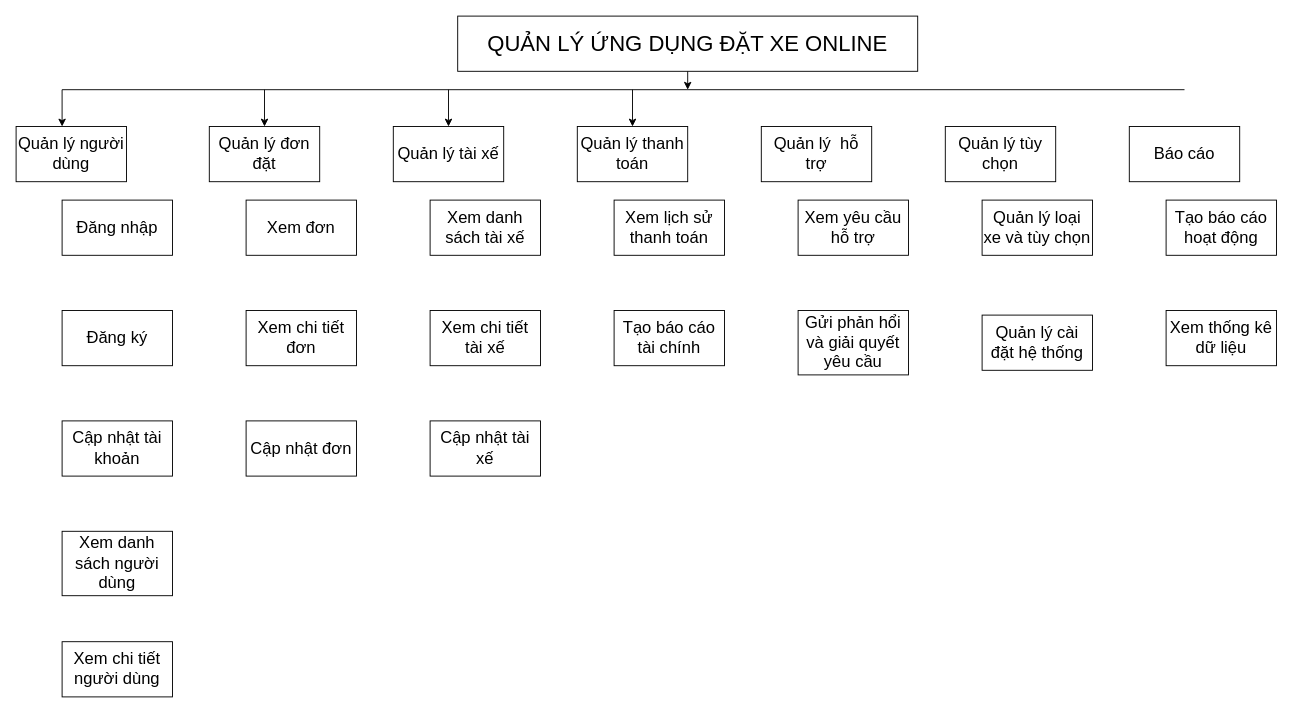
tinhxpear/software_specification keeps this draw.io diagram as Untitled Diagram.drawio. Above is the earlier version. Source tidied: cells renumbered, new cells numbered last; positions are measured from the earlier drawing's top-left corner, leaving out a move shared by most shapes. Both pictures are drawn from the tidied source at 92%, with x=0, y=0 at pixel (16, 16).
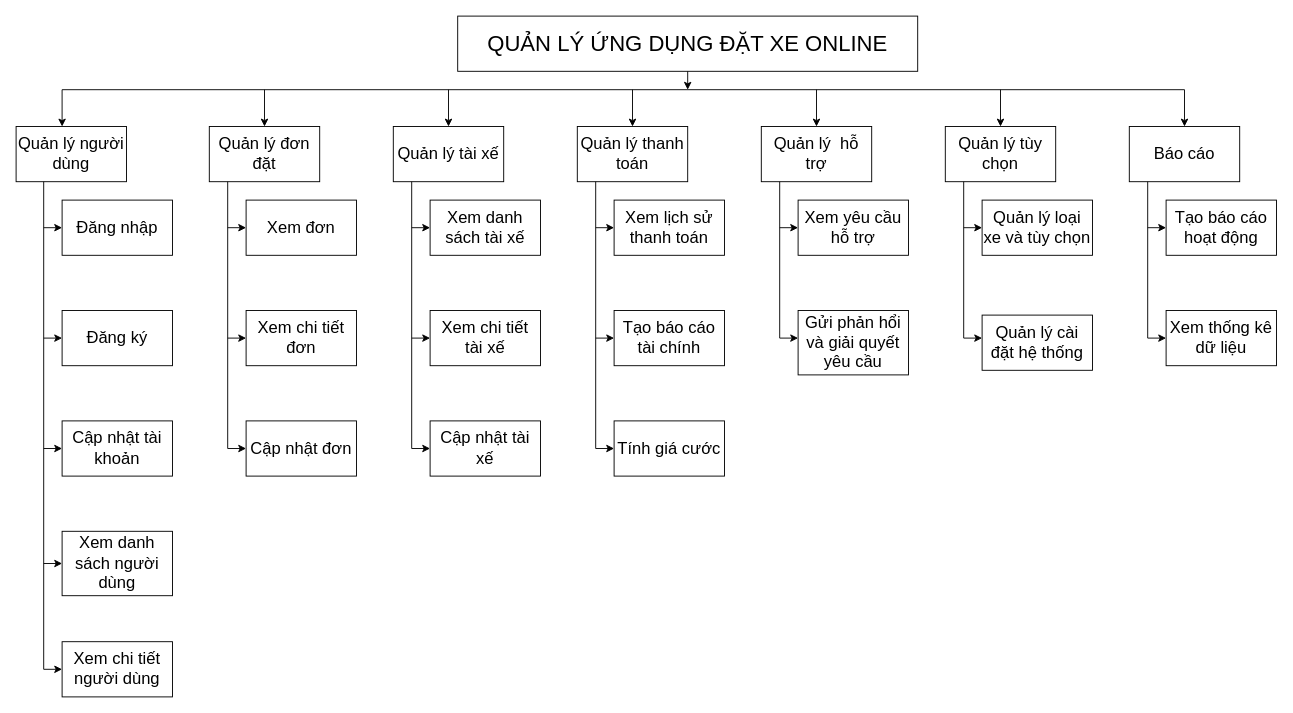
Above is the later version.

Unchanged cells that the change refers to:
```xml
<mxCell id="3" value="&lt;font style=&quot;font-size: 18px;&quot;&gt;Quản lý người dùng&lt;/font&gt;" style="rounded=0;whiteSpace=wrap;html=1;" parent="1" vertex="1">
  <mxGeometry y="120" width="120" height="60" as="geometry" />
</mxCell>
<mxCell id="7" value="&lt;font style=&quot;font-size: 18px;&quot;&gt;Quản lý&amp;nbsp; hỗ trợ&lt;/font&gt;" style="rounded=0;whiteSpace=wrap;html=1;" parent="1" vertex="1">
  <mxGeometry x="810" y="120" width="120" height="60" as="geometry" />
</mxCell>
<mxCell id="8" value="&lt;font style=&quot;font-size: 18px;&quot;&gt;Quản lý tùy chọn&lt;/font&gt;" style="rounded=0;whiteSpace=wrap;html=1;" parent="1" vertex="1">
  <mxGeometry x="1010" y="120" width="120" height="60" as="geometry" />
</mxCell>
<mxCell id="9" value="&lt;font style=&quot;font-size: 18px;&quot;&gt;Báo cáo&lt;/font&gt;" style="rounded=0;whiteSpace=wrap;html=1;" parent="1" vertex="1">
  <mxGeometry x="1210" y="120" width="120" height="60" as="geometry" />
</mxCell>
<mxCell id="10" value="&lt;span style=&quot;font-size: 18px;&quot;&gt;Đăng nhập&lt;/span&gt;" style="rounded=0;whiteSpace=wrap;html=1;" parent="1" vertex="1">
  <mxGeometry x="50" y="200" width="120" height="60" as="geometry" />
</mxCell>
<mxCell id="15" value="&lt;font style=&quot;font-size: 18px;&quot;&gt;Cập nhật tài khoản&lt;/font&gt;" style="rounded=0;whiteSpace=wrap;html=1;" parent="1" vertex="1">
  <mxGeometry x="50" y="440" width="120" height="60" as="geometry" />
</mxCell>
<mxCell id="16" value="&lt;font style=&quot;font-size: 18px;&quot;&gt;Xem danh sách người dùng&lt;/font&gt;" style="rounded=0;whiteSpace=wrap;html=1;" parent="1" vertex="1">
  <mxGeometry x="50" y="560" width="120" height="70" as="geometry" />
</mxCell>
<mxCell id="17" value="&lt;font style=&quot;font-size: 18px;&quot;&gt;Xem chi tiết người dùng&lt;/font&gt;" style="rounded=0;whiteSpace=wrap;html=1;" parent="1" vertex="1">
  <mxGeometry x="50" y="680" width="120" height="60" as="geometry" />
</mxCell>
```

What changed in the source:
```diff
@@
+    <mxCell id="35" style="endArrow=classic;html=1;rounded=0;entryX=0.5;entryY=0;entryDx=0;entryDy=0;" parent="1" edge="1" target="7">
+      <mxGeometry relative="1" as="geometry">
+        <mxPoint x="870" y="80" as="sourcePoint" />
+      </mxGeometry>
+    </mxCell>
+    <mxCell id="36" style="endArrow=classic;html=1;rounded=0;" parent="1" edge="1" target="8">
+      <mxGeometry relative="1" as="geometry">
+        <mxPoint x="1070" y="80" as="sourcePoint" />
+      </mxGeometry>
+    </mxCell>
+    <mxCell id="37" style="endArrow=classic;html=1;rounded=0;" parent="1" edge="1" target="9">
+      <mxGeometry relative="1" as="geometry">
+        <mxPoint x="1270" y="80" as="sourcePoint" />
+      </mxGeometry>
+    </mxCell>
+    <mxCell id="38" style="endArrow=none;html=1;rounded=0;entryX=0.25;entryY=1;entryDx=0;entryDy=0;" parent="1" edge="1" target="3">
+      <mxGeometry relative="1" as="geometry">
+        <mxPoint x="30" y="710" as="sourcePoint" />
+      </mxGeometry>
+    </mxCell>
+    <mxCell id="39" style="endArrow=classic;html=1;rounded=0;entryX=0;entryY=0.5;entryDx=0;entryDy=0;" parent="1" edge="1" target="10">
+      <mxGeometry relative="1" as="geometry">
+        <mxPoint x="30" y="230" as="sourcePoint" />
+      </mxGeometry>
+    </mxCell>
+    <mxCell id="40" style="endArrow=classic;html=1;rounded=0;" parent="1" edge="1">
+      <mxGeometry relative="1" as="geometry">
+        <mxPoint x="30" y="350" as="sourcePoint" />
+        <mxPoint x="50" y="350" as="targetPoint" />
+      </mxGeometry>
+    </mxCell>
+    <mxCell id="41" style="endArrow=classic;html=1;rounded=0;entryX=0;entryY=0.5;entryDx=0;entryDy=0;" parent="1" edge="1" target="15">
+      <mxGeometry relative="1" as="geometry">
+        <mxPoint x="30" y="470" as="sourcePoint" />
+      </mxGeometry>
+    </mxCell>
+    <mxCell id="42" style="endArrow=classic;html=1;rounded=0;entryX=0;entryY=0.5;entryDx=0;entryDy=0;" parent="1" edge="1" target="16">
+      <mxGeometry relative="1" as="geometry">
+        <mxPoint x="30" y="595" as="sourcePoint" />
+      </mxGeometry>
+    </mxCell>
+    <mxCell id="43" style="endArrow=classic;html=1;rounded=0;entryX=0;entryY=0.5;entryDx=0;entryDy=0;" parent="1" edge="1" target="17">
+      <mxGeometry relative="1" as="geometry">
+        <mxPoint x="30" y="710" as="sourcePoint" />
+      </mxGeometry>
+    </mxCell>
+    <mxCell id="44" style="endArrow=none;html=1;rounded=0;entryX=0.25;entryY=1;entryDx=0;entryDy=0;" parent="1" edge="1">
+      <mxGeometry relative="1" as="geometry">
+        <mxPoint x="230" y="470" as="sourcePoint" />
+        <mxPoint x="230" y="180" as="targetPoint" />
+      </mxGeometry>
+    </mxCell>
+    <mxCell id="45" style="endArrow=classic;html=1;rounded=0;entryX=0;entryY=0.5;entryDx=0;entryDy=0;" parent="1" edge="1">
+      <mxGeometry relative="1" as="geometry">
+        <mxPoint x="230" y="230" as="sourcePoint" />
+        <mxPoint x="250" y="230" as="targetPoint" />
+      </mxGeometry>
+    </mxCell>
+    <mxCell id="46" style="endArrow=classic;html=1;rounded=0;" parent="1" edge="1">
+      <mxGeometry relative="1" as="geometry">
+        <mxPoint x="230" y="350" as="sourcePoint" />
+        <mxPoint x="250" y="350" as="targetPoint" />
+      </mxGeometry>
+    </mxCell>
+    <mxCell id="47" style="endArrow=classic;html=1;rounded=0;entryX=0;entryY=0.5;entryDx=0;entryDy=0;" parent="1" edge="1">
+      <mxGeometry relative="1" as="geometry">
+        <mxPoint x="230" y="470" as="sourcePoint" />
+        <mxPoint x="250" y="470" as="targetPoint" />
+      </mxGeometry>
+    </mxCell>
+    <mxCell id="48" style="endArrow=none;html=1;rounded=0;entryX=0.25;entryY=1;entryDx=0;entryDy=0;" parent="1" edge="1">
+      <mxGeometry relative="1" as="geometry">
+        <mxPoint x="430" y="470" as="sourcePoint" />
+        <mxPoint x="430" y="180" as="targetPoint" />
+      </mxGeometry>
+    </mxCell>
+    <mxCell id="49" style="endArrow=classic;html=1;rounded=0;entryX=0;entryY=0.5;entryDx=0;entryDy=0;" parent="1" edge="1">
+      <mxGeometry relative="1" as="geometry">
+        <mxPoint x="430" y="230" as="sourcePoint" />
+        <mxPoint x="450" y="230" as="targetPoint" />
+      </mxGeometry>
+    </mxCell>
+    <mxCell id="50" style="endArrow=classic;html=1;rounded=0;" parent="1" edge="1">
+      <mxGeometry relative="1" as="geometry">
+        <mxPoint x="430" y="350" as="sourcePoint" />
+        <mxPoint x="450" y="350" as="targetPoint" />
+      </mxGeometry>
+    </mxCell>
+    <mxCell id="51" style="endArrow=classic;html=1;rounded=0;entryX=0;entryY=0.5;entryDx=0;entryDy=0;" parent="1" edge="1">
+      <mxGeometry relative="1" as="geometry">
+        <mxPoint x="430" y="470" as="sourcePoint" />
+        <mxPoint x="450" y="470" as="targetPoint" />
+      </mxGeometry>
+    </mxCell>
+    <mxCell id="52" style="endArrow=none;html=1;rounded=0;entryX=0.25;entryY=1;entryDx=0;entryDy=0;" parent="1" edge="1">
+      <mxGeometry relative="1" as="geometry">
+        <mxPoint x="830" y="350" as="sourcePoint" />
+        <mxPoint x="830" y="180" as="targetPoint" />
+      </mxGeometry>
+    </mxCell>
+    <mxCell id="53" style="endArrow=classic;html=1;rounded=0;entryX=0;entryY=0.5;entryDx=0;entryDy=0;" parent="1" edge="1">
+      <mxGeometry relative="1" as="geometry">
+        <mxPoint x="830" y="230" as="sourcePoint" />
+        <mxPoint x="850" y="230" as="targetPoint" />
+      </mxGeometry>
+    </mxCell>
+    <mxCell id="54" style="endArrow=classic;html=1;rounded=0;" parent="1" edge="1">
+      <mxGeometry relative="1" as="geometry">
+        <mxPoint x="830" y="350" as="sourcePoint" />
+        <mxPoint x="850" y="350" as="targetPoint" />
+      </mxGeometry>
+    </mxCell>
+    <mxCell id="55" style="endArrow=none;html=1;rounded=0;entryX=0.25;entryY=1;entryDx=0;entryDy=0;" parent="1" edge="1">
+      <mxGeometry relative="1" as="geometry">
+        <mxPoint x="1030" y="350" as="sourcePoint" />
+        <mxPoint x="1030" y="180" as="targetPoint" />
+      </mxGeometry>
+    </mxCell>
+    <mxCell id="56" style="endArrow=classic;html=1;rounded=0;entryX=0;entryY=0.5;entryDx=0;entryDy=0;" parent="1" edge="1">
+      <mxGeometry relative="1" as="geometry">
+        <mxPoint x="1030" y="230" as="sourcePoint" />
+        <mxPoint x="1050" y="230" as="targetPoint" />
+      </mxGeometry>
+    </mxCell>
+    <mxCell id="57" style="endArrow=classic;html=1;rounded=0;" parent="1" edge="1">
+      <mxGeometry relative="1" as="geometry">
+        <mxPoint x="1030" y="350" as="sourcePoint" />
+        <mxPoint x="1050" y="350" as="targetPoint" />
+      </mxGeometry>
+    </mxCell>
+    <mxCell id="58" style="endArrow=none;html=1;rounded=0;entryX=0.25;entryY=1;entryDx=0;entryDy=0;" parent="1" edge="1">
+      <mxGeometry relative="1" as="geometry">
+        <mxPoint x="1230" y="350" as="sourcePoint" />
+        <mxPoint x="1230" y="180" as="targetPoint" />
+      </mxGeometry>
+    </mxCell>
+    <mxCell id="59" style="endArrow=classic;html=1;rounded=0;entryX=0;entryY=0.5;entryDx=0;entryDy=0;" parent="1" edge="1">
+      <mxGeometry relative="1" as="geometry">
+        <mxPoint x="1230" y="230" as="sourcePoint" />
+        <mxPoint x="1250" y="230" as="targetPoint" />
+      </mxGeometry>
+    </mxCell>
+    <mxCell id="60" style="endArrow=classic;html=1;rounded=0;" parent="1" edge="1">
+      <mxGeometry relative="1" as="geometry">
+        <mxPoint x="1230" y="350" as="sourcePoint" />
+        <mxPoint x="1250" y="350" as="targetPoint" />
+      </mxGeometry>
+    </mxCell>
+    <mxCell id="61" value="&lt;font style=&quot;font-size: 18px;&quot;&gt;Tính giá cước&lt;/font&gt;" style="rounded=0;whiteSpace=wrap;html=1;" parent="1" vertex="1">
+      <mxGeometry x="650" y="440" width="120" height="60" as="geometry" />
+    </mxCell>
+    <mxCell id="62" style="endArrow=none;html=1;rounded=0;entryX=0.25;entryY=1;entryDx=0;entryDy=0;" parent="1" edge="1">
+      <mxGeometry relative="1" as="geometry">
+        <mxPoint x="630" y="470" as="sourcePoint" />
+        <mxPoint x="630" y="180" as="targetPoint" />
+      </mxGeometry>
+    </mxCell>
+    <mxCell id="63" style="endArrow=classic;html=1;rounded=0;entryX=0;entryY=0.5;entryDx=0;entryDy=0;" parent="1" edge="1">
+      <mxGeometry relative="1" as="geometry">
+        <mxPoint x="630" y="230" as="sourcePoint" />
+        <mxPoint x="650" y="230" as="targetPoint" />
+      </mxGeometry>
+    </mxCell>
+    <mxCell id="64" style="endArrow=classic;html=1;rounded=0;" parent="1" edge="1">
+      <mxGeometry relative="1" as="geometry">
+        <mxPoint x="630" y="350" as="sourcePoint" />
+        <mxPoint x="650" y="350" as="targetPoint" />
+      </mxGeometry>
+    </mxCell>
+    <mxCell id="65" style="endArrow=classic;html=1;rounded=0;entryX=0;entryY=0.5;entryDx=0;entryDy=0;" parent="1" edge="1">
+      <mxGeometry relative="1" as="geometry">
+        <mxPoint x="630" y="470" as="sourcePoint" />
+        <mxPoint x="650" y="470" as="targetPoint" />
+      </mxGeometry>
+    </mxCell>
```
